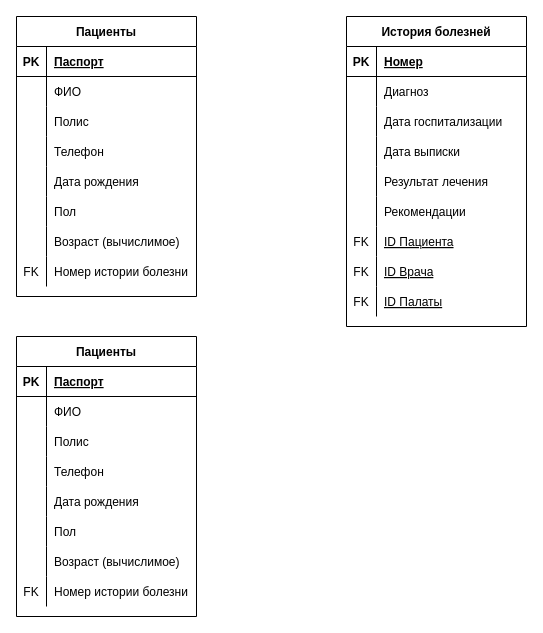
den-a-s/drawio-diagrams keeps this draw.io diagram as Реляционная модель.drawio. Above is the earlier version. Source tidied: cells renumbered, new cells numbered last; positions are measured from the earlier drawing's top-left corner, leaving out a move shared by most shapes. Both pictures are drawn from the tidied source at 100%, with x=0, y=0 at pixel (16, 16).
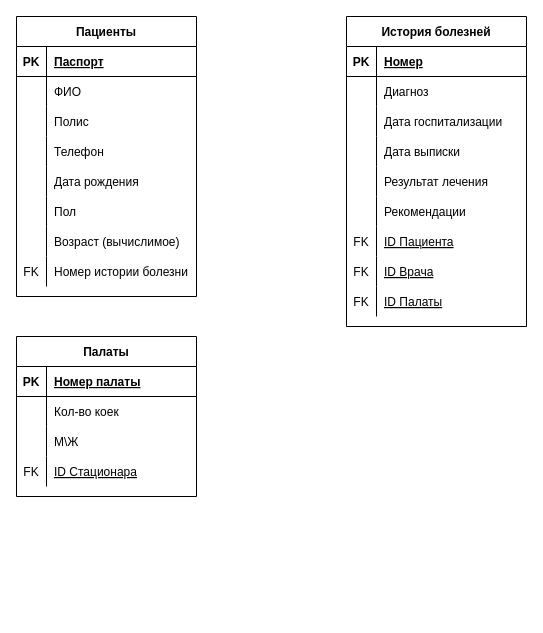
After the change.

Commit message:
Добавление таблицы Палаты.

The change refers to these unchanged cells:
```xml
<mxCell id="56" style="shape=tableRow;horizontal=0;startSize=0;swimlaneHead=0;swimlaneBody=0;fillColor=none;top=0;left=0;right=0;bottom=1;" parent="55" vertex="1">
  <mxGeometry y="30" width="180" height="30" as="geometry" />
</mxCell>
<mxCell id="59" style="shape=tableRow;horizontal=0;startSize=0;swimlaneHead=0;swimlaneBody=0;fillColor=none;top=0;left=0;right=0;bottom=0;" parent="55" vertex="1">
  <mxGeometry y="60" width="180" height="30" as="geometry" />
</mxCell>
```

What changed in the source:
```diff
@@
-    <mxCell id="55" value="Пациенты" style="shape=table;startSize=30;childLayout=tableLayout;rowLines=0;fontStyle=1;align=center;" parent="1" vertex="1">
-      <mxGeometry y="320" width="180" height="280" as="geometry" />
+    <mxCell id="55" value="Палаты" style="shape=table;startSize=30;childLayout=tableLayout;rowLines=0;fontStyle=1;align=center;" parent="1" vertex="1">
+      <mxGeometry y="320" width="180" height="160" as="geometry" />
     </mxCell>
@@
-    <mxCell id="58" value="Паспорт" style="shape=partialRectangle;fillColor=none;top=0;left=0;bottom=0;right=0;align=left;spacingLeft=6;fontStyle=5;overflow=hidden;" parent="56" vertex="1">
+    <mxCell id="58" value="Номер палаты" style="shape=partialRectangle;fillColor=none;top=0;left=0;bottom=0;right=0;align=left;spacingLeft=6;fontStyle=5;overflow=hidden;" parent="56" vertex="1">
       <mxGeometry x="30" width="150" height="30" as="geometry" />
     </mxCell>
@@
-    <mxCell id="61" value="ФИО" style="shape=partialRectangle;fillColor=none;top=0;left=0;bottom=0;right=0;align=left;spacingLeft=6;overflow=hidden;" parent="59" vertex="1">
+    <mxCell id="61" value="Кол-во коек" style="shape=partialRectangle;fillColor=none;top=0;left=0;bottom=0;right=0;align=left;spacingLeft=6;overflow=hidden;" parent="59" vertex="1">
       <mxGeometry x="30" width="150" height="30" as="geometry" />
     </mxCell>
-    <mxCell id="62" style="shape=tableRow;horizontal=0;startSize=0;swimlaneHead=0;swimlaneBody=0;fillColor=none;top=0;left=0;right=0;bottom=0;" parent="55" vertex="1">
-      <mxGeometry y="90" width="180" height="30" as="geometry" />
-    </mxCell>
-    <mxCell id="63" style="shape=partialRectangle;fillColor=none;top=0;left=0;bottom=0;right=0;overflow=hidden;" parent="62" vertex="1">
-      <mxGeometry width="30" height="30" as="geometry" />
-    </mxCell>
-    <mxCell id="64" value="Полис" style="shape=partialRectangle;fillColor=none;top=0;left=0;bottom=0;right=0;align=left;spacingLeft=6;overflow=hidden;" parent="62" vertex="1">
-      <mxGeometry x="30" width="150" height="30" as="geometry" />
-    </mxCell>
     <mxCell id="65" style="shape=tableRow;horizontal=0;startSize=0;swimlaneHead=0;swimlaneBody=0;fillColor=none;top=0;left=0;right=0;bottom=0;" parent="55" vertex="1">
-      <mxGeometry y="120" width="180" height="30" as="geometry" />
+      <mxGeometry y="90" width="180" height="30" as="geometry" />
     </mxCell>
@@
-    <mxCell id="67" value="Телефон" style="shape=partialRectangle;fillColor=none;top=0;left=0;bottom=0;right=0;align=left;spacingLeft=6;overflow=hidden;" parent="65" vertex="1">
+    <mxCell id="67" value="М\Ж" style="shape=partialRectangle;fillColor=none;top=0;left=0;bottom=0;right=0;align=left;spacingLeft=6;overflow=hidden;" parent="65" vertex="1">
       <mxGeometry x="30" width="150" height="30" as="geometry" />
     </mxCell>
-    <mxCell id="68" style="shape=tableRow;horizontal=0;startSize=0;swimlaneHead=0;swimlaneBody=0;fillColor=none;top=0;left=0;right=0;bottom=0;" parent="55" vertex="1">
-      <mxGeometry y="150" width="180" height="30" as="geometry" />
-    </mxCell>
-    <mxCell id="69" style="shape=partialRectangle;fillColor=none;top=0;left=0;bottom=0;right=0;overflow=hidden;" parent="68" vertex="1">
-      <mxGeometry width="30" height="30" as="geometry" />
-    </mxCell>
-    <mxCell id="70" value="Дата рождения" style="shape=partialRectangle;fillColor=none;top=0;left=0;bottom=0;right=0;align=left;spacingLeft=6;overflow=hidden;" parent="68" vertex="1">
-      <mxGeometry x="30" width="150" height="30" as="geometry" />
-    </mxCell>
-    <mxCell id="71" style="shape=tableRow;horizontal=0;startSize=0;swimlaneHead=0;swimlaneBody=0;fillColor=none;top=0;left=0;right=0;bottom=0;" parent="55" vertex="1">
-      <mxGeometry y="180" width="180" height="30" as="geometry" />
-    </mxCell>
-    <mxCell id="72" style="shape=partialRectangle;fillColor=none;top=0;left=0;bottom=0;right=0;overflow=hidden;" parent="71" vertex="1">
-      <mxGeometry width="30" height="30" as="geometry" />
-    </mxCell>
-    <mxCell id="73" value="Пол" style="shape=partialRectangle;fillColor=none;top=0;left=0;bottom=0;right=0;align=left;spacingLeft=6;overflow=hidden;" parent="71" vertex="1">
-      <mxGeometry x="30" width="150" height="30" as="geometry" />
-    </mxCell>
-    <mxCell id="74" style="shape=tableRow;horizontal=0;startSize=0;swimlaneHead=0;swimlaneBody=0;fillColor=none;top=0;left=0;right=0;bottom=0;" parent="55" vertex="1">
-      <mxGeometry y="210" width="180" height="30" as="geometry" />
-    </mxCell>
-    <mxCell id="75" style="shape=partialRectangle;fillColor=none;top=0;left=0;bottom=0;right=0;overflow=hidden;" parent="74" vertex="1">
-      <mxGeometry width="30" height="30" as="geometry" />
-    </mxCell>
-    <mxCell id="76" value="Возраст (вычислимое)" style="shape=partialRectangle;fillColor=none;top=0;left=0;bottom=0;right=0;align=left;spacingLeft=6;overflow=hidden;" parent="74" vertex="1">
-      <mxGeometry x="30" width="150" height="30" as="geometry" />
-    </mxCell>
     <mxCell id="77" style="shape=tableRow;horizontal=0;startSize=0;swimlaneHead=0;swimlaneBody=0;fillColor=none;top=0;left=0;right=0;bottom=0;" parent="55" vertex="1">
-      <mxGeometry y="240" width="180" height="30" as="geometry" />
+      <mxGeometry y="120" width="180" height="30" as="geometry" />
     </mxCell>
@@
-    <mxCell id="79" value="Номер истории болезни" style="shape=partialRectangle;fillColor=none;top=0;left=0;bottom=0;right=0;align=left;spacingLeft=6;fontStyle=0;overflow=hidden;" parent="77" vertex="1">
+    <mxCell id="79" value="ID Стационара" style="shape=partialRectangle;fillColor=none;top=0;left=0;bottom=0;right=0;align=left;spacingLeft=6;fontStyle=4;overflow=hidden;" parent="77" vertex="1">
       <mxGeometry x="30" width="150" height="30" as="geometry" />
     </mxCell>
```
